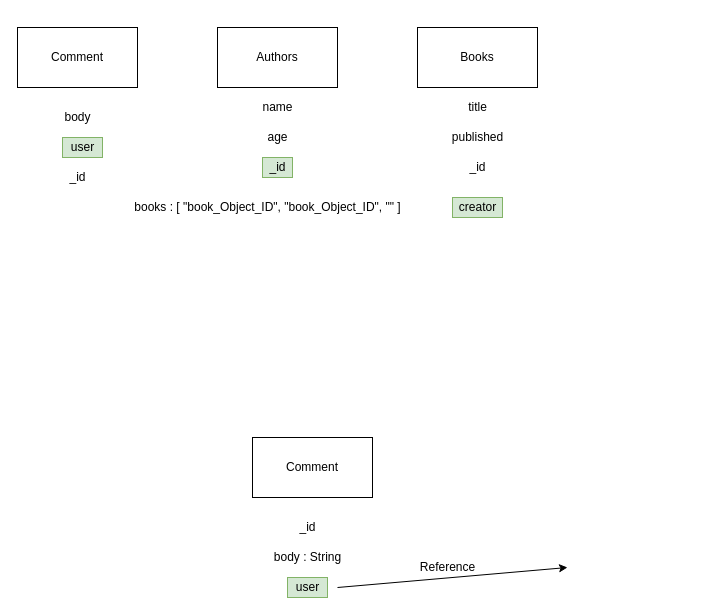
This is page "Page-9" (9 of 9) of refs/diagrams.drawio from synergy2411/mar-22-brillo, a draw.io file, before an edit. Source tidied: cells renumbered, new cells numbered last; positions are measured from the earlier drawing's top-left corner, leaving out a move shared by most shapes. Both pictures are drawn from the tidied source at 100%, with x=0, y=0 at pixel (17, 27).
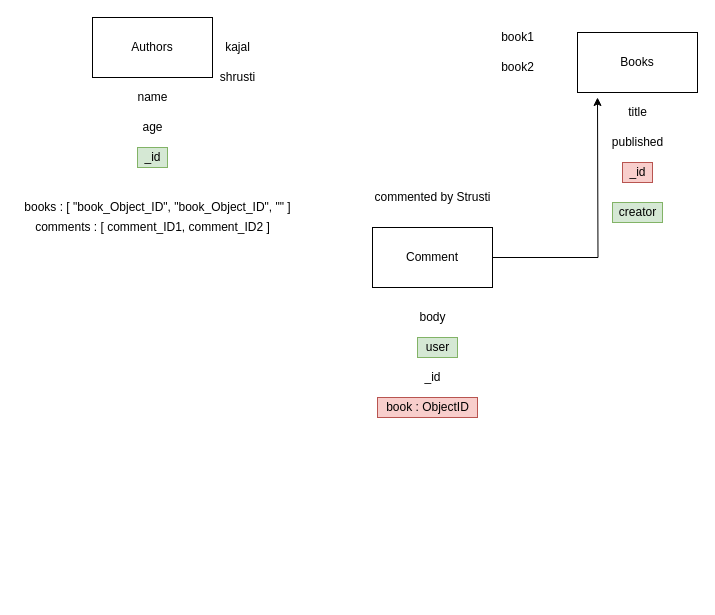
The same diagram, later.

Diff of the diagram source:
```diff
@@
     <mxCell id="2" value="Authors" style="rounded=0;whiteSpace=wrap;html=1;" parent="1" vertex="1">
-      <mxGeometry x="200" width="120" height="60" as="geometry" />
+      <mxGeometry x="75" y="-10" width="120" height="60" as="geometry" />
     </mxCell>
     <mxCell id="3" value="Books" style="rounded=0;whiteSpace=wrap;html=1;" parent="1" vertex="1">
-      <mxGeometry x="400" width="120" height="60" as="geometry" />
+      <mxGeometry x="560" y="5" width="120" height="60" as="geometry" />
     </mxCell>
     <mxCell id="4" value="name" style="text;html=1;align=center;verticalAlign=middle;strokeColor=none;fillColor=none;" parent="1" vertex="1">
-      <mxGeometry x="235" y="70" width="50" height="20" as="geometry" />
+      <mxGeometry x="110" y="60" width="50" height="20" as="geometry" />
     </mxCell>
     <mxCell id="5" value="age" style="text;html=1;align=center;verticalAlign=middle;strokeColor=none;fillColor=none;" parent="1" vertex="1">
-      <mxGeometry x="240" y="100" width="40" height="20" as="geometry" />
+      <mxGeometry x="115" y="90" width="40" height="20" as="geometry" />
     </mxCell>
     <mxCell id="6" value="_id" style="text;html=1;align=center;verticalAlign=middle;strokeColor=#82b366;fillColor=#d5e8d4;" parent="1" vertex="1">
-      <mxGeometry x="245" y="130" width="30" height="20" as="geometry" />
+      <mxGeometry x="120" y="120" width="30" height="20" as="geometry" />
     </mxCell>
     <mxCell id="7" value="title" style="text;html=1;align=center;verticalAlign=middle;strokeColor=none;fillColor=none;" parent="1" vertex="1">
-      <mxGeometry x="445" y="70" width="30" height="20" as="geometry" />
+      <mxGeometry x="605" y="75" width="30" height="20" as="geometry" />
     </mxCell>
     <mxCell id="8" value="published" style="text;html=1;align=center;verticalAlign=middle;strokeColor=none;fillColor=none;" parent="1" vertex="1">
-      <mxGeometry x="425" y="100" width="70" height="20" as="geometry" />
+      <mxGeometry x="585" y="105" width="70" height="20" as="geometry" />
     </mxCell>
-    <mxCell id="9" value="_id" style="text;html=1;align=center;verticalAlign=middle;strokeColor=none;fillColor=none;" parent="1" vertex="1">
-      <mxGeometry x="445" y="130" width="30" height="20" as="geometry" />
+    <mxCell id="9" value="_id" style="text;html=1;align=center;verticalAlign=middle;strokeColor=#b85450;fillColor=#f8cecc;" parent="1" vertex="1">
+      <mxGeometry x="605" y="135" width="30" height="20" as="geometry" />
     </mxCell>
     <mxCell id="10" value="creator" style="text;html=1;align=center;verticalAlign=middle;strokeColor=#82b366;fillColor=#d5e8d4;" parent="1" vertex="1">
-      <mxGeometry x="435" y="170" width="50" height="20" as="geometry" />
+      <mxGeometry x="595" y="175" width="50" height="20" as="geometry" />
     </mxCell>
+    <mxCell id="22" style="edgeStyle=orthogonalEdgeStyle;rounded=0;jettySize=auto;html=1;exitX=1;exitY=0.5;exitDx=0;exitDy=0;" parent="1" edge="1" source="11">
+      <mxGeometry relative="1" as="geometry">
+        <mxPoint x="580" y="70" as="targetPoint" />
+      </mxGeometry>
+    </mxCell>
     <mxCell id="11" value="Comment" style="rounded=0;whiteSpace=wrap;html=1;" parent="1" vertex="1">
-      <mxGeometry width="120" height="60" as="geometry" />
+      <mxGeometry x="355" y="200" width="120" height="60" as="geometry" />
     </mxCell>
     <mxCell id="12" value="body" style="text;html=1;align=center;verticalAlign=middle;strokeColor=none;fillColor=none;" parent="1" vertex="1">
-      <mxGeometry x="40" y="80" width="40" height="20" as="geometry" />
+      <mxGeometry x="395" y="280" width="40" height="20" as="geometry" />
     </mxCell>
     <mxCell id="13" value="user" style="text;html=1;align=center;verticalAlign=middle;strokeColor=#82b366;fillColor=#d5e8d4;" parent="1" vertex="1">
-      <mxGeometry x="45" y="110" width="40" height="20" as="geometry" />
+      <mxGeometry x="400" y="310" width="40" height="20" as="geometry" />
     </mxCell>
     <mxCell id="14" value="_id" style="text;html=1;align=center;verticalAlign=middle;strokeColor=none;fillColor=none;" parent="1" vertex="1">
-      <mxGeometry x="45" y="140" width="30" height="20" as="geometry" />
+      <mxGeometry x="400" y="340" width="30" height="20" as="geometry" />
     </mxCell>
-    <mxCell id="15" value="Comment" style="rounded=0;whiteSpace=wrap;html=1;" parent="1" vertex="1">
-      <mxGeometry x="235" y="410" width="120" height="60" as="geometry" />
-    </mxCell>
-    <mxCell id="16" value="_id" style="text;html=1;align=center;verticalAlign=middle;strokeColor=none;fillColor=none;" parent="1" vertex="1">
-      <mxGeometry x="275" y="490" width="30" height="20" as="geometry" />
-    </mxCell>
-    <mxCell id="17" value="body : String" style="text;html=1;align=center;verticalAlign=middle;strokeColor=none;fillColor=none;" parent="1" vertex="1">
-      <mxGeometry x="250" y="520" width="80" height="20" as="geometry" />
-    </mxCell>
-    <mxCell id="18" value="user" style="text;html=1;align=center;verticalAlign=middle;strokeColor=#82b366;fillColor=#d5e8d4;" parent="1" vertex="1">
-      <mxGeometry x="270" y="550" width="40" height="20" as="geometry" />
-    </mxCell>
-    <mxCell id="19" style="endArrow=classic;html=1;rounded=0;" parent="1" edge="1">
-      <mxGeometry relative="1" as="geometry">
-        <mxPoint x="320" y="560" as="sourcePoint" />
-        <mxPoint x="550" y="540" as="targetPoint" />
-      </mxGeometry>
-    </mxCell>
-    <mxCell id="20" value="Reference" style="text;html=1;align=center;verticalAlign=middle;strokeColor=none;fillColor=none;" parent="1" vertex="1">
-      <mxGeometry x="395" y="530" width="70" height="20" as="geometry" />
-    </mxCell>
     <mxCell id="21" value="books : [ &quot;book_Object_ID&quot;, &quot;book_Object_ID&quot;, &quot;&quot; ]" style="text;html=1;align=center;verticalAlign=middle;strokeColor=none;fillColor=none;" parent="1" vertex="1">
-      <mxGeometry x="110" y="170" width="280" height="20" as="geometry" />
+      <mxGeometry y="170" width="280" height="20" as="geometry" />
     </mxCell>
+    <mxCell id="23" value="comments : [ comment_ID1, comment_ID2 ]" style="text;html=1;align=center;verticalAlign=middle;strokeColor=none;fillColor=none;" parent="1" vertex="1">
+      <mxGeometry x="10" y="190" width="250" height="20" as="geometry" />
+    </mxCell>
+    <mxCell id="24" value="kajal" style="text;html=1;align=center;verticalAlign=middle;strokeColor=none;fillColor=none;" parent="1" vertex="1">
+      <mxGeometry x="200" y="10" width="40" height="20" as="geometry" />
+    </mxCell>
+    <mxCell id="25" value="book1" style="text;html=1;align=center;verticalAlign=middle;strokeColor=none;fillColor=none;" parent="1" vertex="1">
+      <mxGeometry x="475" width="50" height="20" as="geometry" />
+    </mxCell>
+    <mxCell id="26" value="shrusti" style="text;html=1;align=center;verticalAlign=middle;strokeColor=none;fillColor=none;" parent="1" vertex="1">
+      <mxGeometry x="195" y="40" width="50" height="20" as="geometry" />
+    </mxCell>
+    <mxCell id="27" value="commented by Strusti" style="text;html=1;align=center;verticalAlign=middle;strokeColor=none;fillColor=none;" parent="1" vertex="1">
+      <mxGeometry x="350" y="160" width="130" height="20" as="geometry" />
+    </mxCell>
+    <mxCell id="28" value="book : ObjectID" style="text;html=1;align=center;verticalAlign=middle;strokeColor=#b85450;fillColor=#f8cecc;" parent="1" vertex="1">
+      <mxGeometry x="360" y="370" width="100" height="20" as="geometry" />
+    </mxCell>
+    <mxCell id="29" value="book2" style="text;html=1;align=center;verticalAlign=middle;strokeColor=none;fillColor=none;" parent="1" vertex="1">
+      <mxGeometry x="475" y="30" width="50" height="20" as="geometry" />
+    </mxCell>
```
